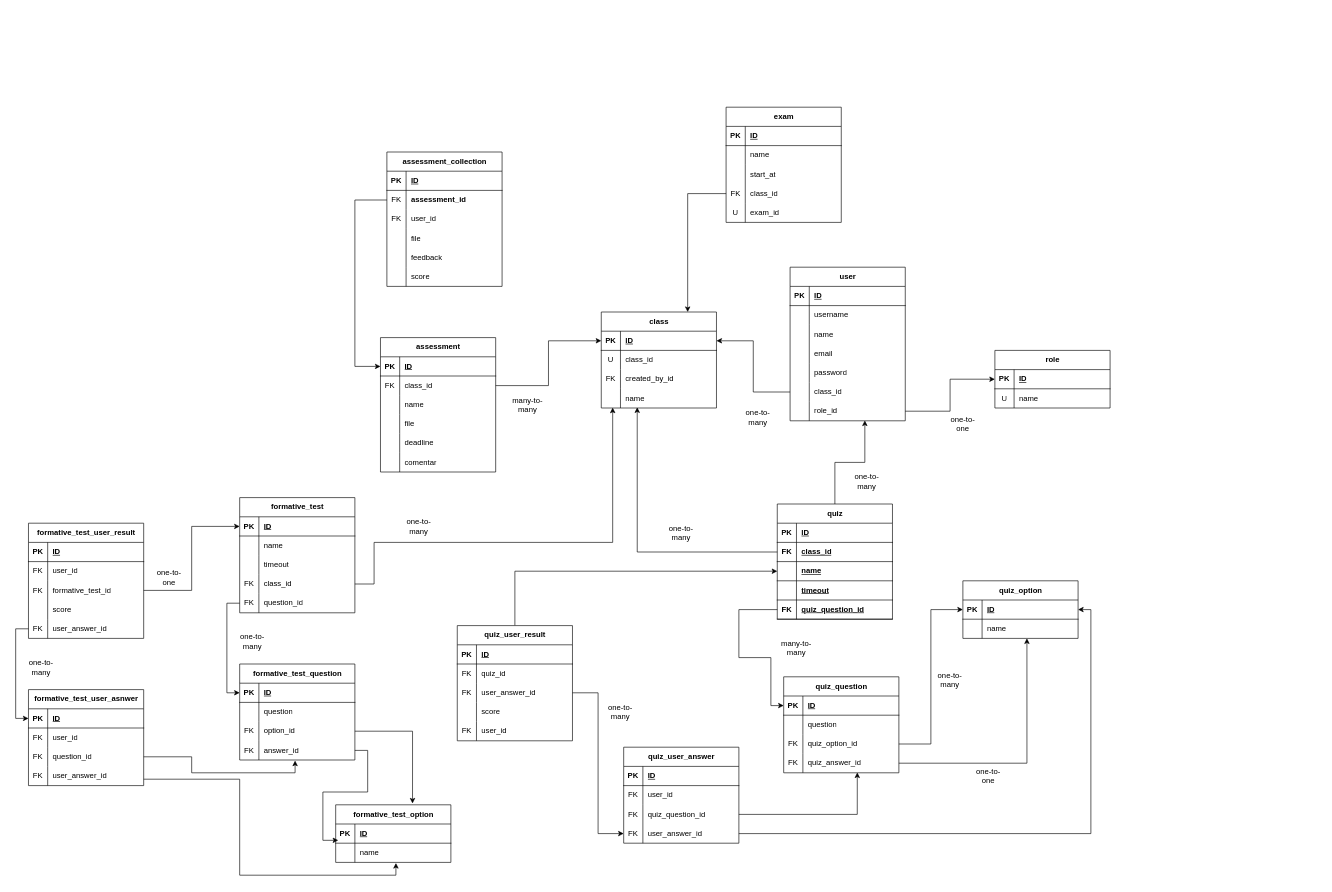
Earlier version of the draw.io diagram docs/relationship.drawio (alf4ridzi/edukarsa). Source tidied: cells renumbered, new cells numbered last; positions are measured from the earlier drawing's top-left corner, leaving out a move shared by most shapes. Both pictures are drawn from the tidied source at 64%, with x=0, y=0 at pixel (22, 107).
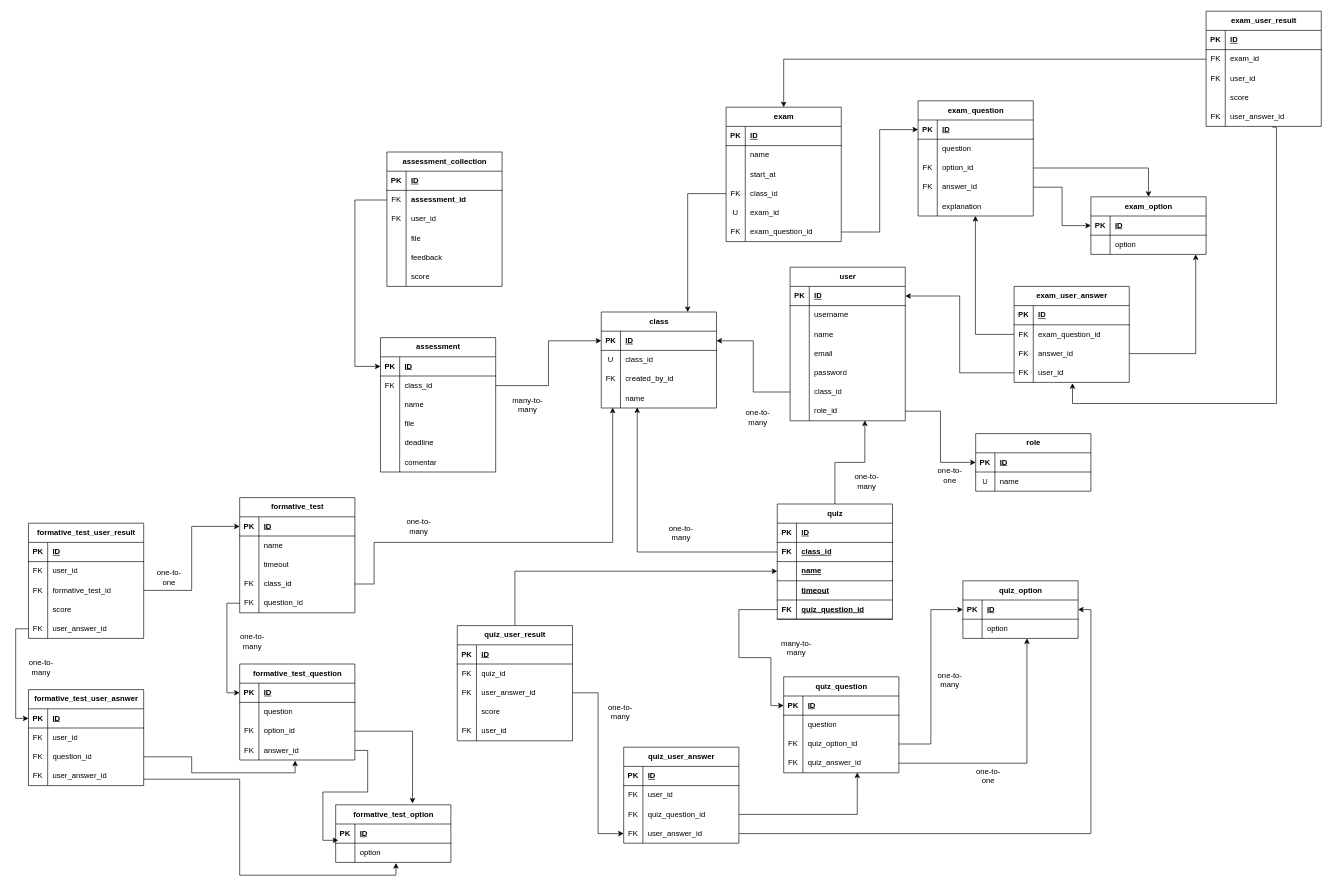
Above is the later version.

Commit message (it also covers changes not shown here):
exam relationship

The change refers to these unchanged cells:
```xml
<mxCell id="3" style="shape=tableRow;horizontal=0;startSize=0;swimlaneHead=0;swimlaneBody=0;fillColor=none;points=[[0,0.5],[1,0.5]];portConstraint=eastwest;top=0;left=0;right=0;bottom=1;" parent="2" vertex="1">
  <mxGeometry y="30" width="180" height="30" as="geometry" />
</mxCell>
<mxCell id="90" style="shape=tableRow;horizontal=0;startSize=0;swimlaneHead=0;swimlaneBody=0;fillColor=none;points=[[0,0.5],[1,0.5]];portConstraint=eastwest;top=0;left=0;right=0;bottom=0;" parent="86" vertex="1">
  <mxGeometry y="60" width="180" height="30" as="geometry" />
</mxCell>
<mxCell id="210" style="shape=tableRow;horizontal=0;startSize=0;swimlaneHead=0;swimlaneBody=0;fillColor=none;points=[[0,0.5],[1,0.5]];portConstraint=eastwest;top=0;left=0;right=0;bottom=0;" parent="206" vertex="1">
  <mxGeometry y="60" width="180" height="30" as="geometry" />
</mxCell>
```

Diff of the diagram source:
```diff
@@
     <mxCell id="24" value="role" style="shape=table;startSize=30;childLayout=tableLayout;rowLines=0;fontStyle=1;align=center;html=1;" parent="1" vertex="1">
-      <mxGeometry x="1520" y="380" width="180" height="90" as="geometry" />
+      <mxGeometry x="1490" y="510" width="180" height="90" as="geometry" />
     </mxCell>
@@
     <mxCell id="46" value="one-to-one" style="text;html=1;whiteSpace=wrap;strokeColor=none;fillColor=none;align=center;verticalAlign=middle;rounded=0;" parent="1" vertex="1">
-      <mxGeometry x="1440" y="480" width="60" height="30" as="geometry" />
+      <mxGeometry x="1420" y="560" width="60" height="30" as="geometry" />
     </mxCell>
@@
-    <mxCell id="92" value="name" style="shape=partialRectangle;fillColor=none;top=0;left=0;bottom=0;right=0;align=left;spacingLeft=6;overflow=hidden;whiteSpace=wrap;html=1;" parent="90" vertex="1">
+    <mxCell id="92" value="option" style="shape=partialRectangle;fillColor=none;top=0;left=0;bottom=0;right=0;align=left;spacingLeft=6;overflow=hidden;whiteSpace=wrap;html=1;" parent="90" vertex="1">
       <mxGeometry x="30" width="150" height="30" as="geometry" />
     </mxCell>
@@
-    <mxCell id="212" value="name" style="shape=partialRectangle;fillColor=none;top=0;left=0;bottom=0;right=0;align=left;spacingLeft=6;overflow=hidden;whiteSpace=wrap;html=1;" parent="210" vertex="1">
+    <mxCell id="212" value="option" style="shape=partialRectangle;fillColor=none;top=0;left=0;bottom=0;right=0;align=left;spacingLeft=6;overflow=hidden;whiteSpace=wrap;html=1;" parent="210" vertex="1">
       <mxGeometry x="30" width="150" height="30" as="geometry" />
     </mxCell>
@@
     <mxCell id="250" value="exam" style="shape=table;startSize=30;childLayout=tableLayout;rowLines=0;fontStyle=1;align=center;html=1;" parent="1" vertex="1">
-      <mxGeometry x="1100" width="180" height="180" as="geometry" />
+      <mxGeometry x="1100" width="180" height="210" as="geometry" />
     </mxCell>
@@
+    <mxCell id="267" style="shape=tableRow;horizontal=0;startSize=0;swimlaneHead=0;swimlaneBody=0;fillColor=none;points=[[0,0.5],[1,0.5]];portConstraint=eastwest;top=0;left=0;right=0;bottom=0;" parent="250" vertex="1">
+      <mxGeometry y="180" width="180" height="30" as="geometry" />
+    </mxCell>
+    <mxCell id="268" value="FK" style="shape=partialRectangle;fillColor=none;top=0;left=0;bottom=0;right=0;overflow=hidden;whiteSpace=wrap;html=1;" parent="267" vertex="1">
+      <mxGeometry width="30" height="30" as="geometry" />
+    </mxCell>
+    <mxCell id="269" value="exam_question_id" style="shape=partialRectangle;fillColor=none;top=0;left=0;bottom=0;right=0;align=left;spacingLeft=6;overflow=hidden;whiteSpace=wrap;html=1;" parent="267" vertex="1">
+      <mxGeometry x="30" width="150" height="30" as="geometry" />
+    </mxCell>
@@
+    <mxCell id="270" value="exam_question" style="shape=table;startSize=30;childLayout=tableLayout;rowLines=0;fontStyle=1;align=center;html=1;" parent="1" vertex="1">
+      <mxGeometry x="1400" y="-10" width="180" height="180" as="geometry" />
+    </mxCell>
+    <mxCell id="271" style="shape=tableRow;horizontal=0;startSize=0;swimlaneHead=0;swimlaneBody=0;fillColor=none;points=[[0,0.5],[1,0.5]];portConstraint=eastwest;top=0;left=0;right=0;bottom=1;" parent="270" vertex="1">
+      <mxGeometry y="30" width="180" height="30" as="geometry" />
+    </mxCell>
+    <mxCell id="272" value="PK" style="shape=partialRectangle;fillColor=none;top=0;left=0;bottom=0;right=0;fontStyle=1;overflow=hidden;whiteSpace=wrap;html=1;" parent="271" vertex="1">
+      <mxGeometry width="30" height="30" as="geometry" />
+    </mxCell>
+    <mxCell id="273" value="ID" style="shape=partialRectangle;fillColor=none;top=0;left=0;bottom=0;right=0;align=left;spacingLeft=6;fontStyle=5;overflow=hidden;whiteSpace=wrap;html=1;" parent="271" vertex="1">
+      <mxGeometry x="30" width="150" height="30" as="geometry" />
+    </mxCell>
+    <mxCell id="274" style="shape=tableRow;horizontal=0;startSize=0;swimlaneHead=0;swimlaneBody=0;fillColor=none;top=0;left=0;right=0;bottom=0;" parent="270" vertex="1">
+      <mxGeometry y="60" width="180" height="30" as="geometry" />
+    </mxCell>
+    <mxCell id="275" style="shape=partialRectangle;fillColor=none;top=0;left=0;bottom=0;right=0;overflow=hidden;whiteSpace=wrap;html=1;" parent="274" vertex="1">
+      <mxGeometry width="30" height="30" as="geometry" />
+    </mxCell>
+    <mxCell id="276" value="question" style="shape=partialRectangle;fillColor=none;top=0;left=0;bottom=0;right=0;align=left;spacingLeft=6;overflow=hidden;whiteSpace=wrap;html=1;" parent="274" vertex="1">
+      <mxGeometry x="30" width="150" height="30" as="geometry" />
+    </mxCell>
+    <mxCell id="277" style="shape=tableRow;horizontal=0;startSize=0;swimlaneHead=0;swimlaneBody=0;fillColor=none;points=[[0,0.5],[1,0.5]];portConstraint=eastwest;top=0;left=0;right=0;bottom=0;" parent="270" vertex="1">
+      <mxGeometry y="90" width="180" height="30" as="geometry" />
+    </mxCell>
+    <mxCell id="278" value="FK" style="shape=partialRectangle;fillColor=none;top=0;left=0;bottom=0;right=0;overflow=hidden;whiteSpace=wrap;html=1;" parent="277" vertex="1">
+      <mxGeometry width="30" height="30" as="geometry" />
+    </mxCell>
+    <mxCell id="279" value="option_id" style="shape=partialRectangle;fillColor=none;top=0;left=0;bottom=0;right=0;align=left;spacingLeft=6;overflow=hidden;whiteSpace=wrap;html=1;" parent="277" vertex="1">
+      <mxGeometry x="30" width="150" height="30" as="geometry" />
+    </mxCell>
+    <mxCell id="280" style="shape=tableRow;horizontal=0;startSize=0;swimlaneHead=0;swimlaneBody=0;fillColor=none;points=[[0,0.5],[1,0.5]];portConstraint=eastwest;top=0;left=0;right=0;bottom=0;" parent="270" vertex="1">
+      <mxGeometry y="120" width="180" height="30" as="geometry" />
+    </mxCell>
+    <mxCell id="281" value="FK" style="shape=partialRectangle;fillColor=none;top=0;left=0;bottom=0;right=0;overflow=hidden;whiteSpace=wrap;html=1;" parent="280" vertex="1">
+      <mxGeometry width="30" height="30" as="geometry" />
+    </mxCell>
+    <mxCell id="282" value="answer_id" style="shape=partialRectangle;fillColor=none;top=0;left=0;bottom=0;right=0;align=left;spacingLeft=6;overflow=hidden;whiteSpace=wrap;html=1;" parent="280" vertex="1">
+      <mxGeometry x="30" width="150" height="30" as="geometry" />
+    </mxCell>
+    <mxCell id="283" style="shape=tableRow;horizontal=0;startSize=0;swimlaneHead=0;swimlaneBody=0;fillColor=none;points=[[0,0.5],[1,0.5]];portConstraint=eastwest;top=0;left=0;right=0;bottom=0;" parent="270" vertex="1">
+      <mxGeometry y="150" width="180" height="30" as="geometry" />
+    </mxCell>
+    <mxCell id="284" style="shape=partialRectangle;fillColor=none;top=0;left=0;bottom=0;right=0;overflow=hidden;whiteSpace=wrap;html=1;" parent="283" vertex="1">
+      <mxGeometry width="30" height="30" as="geometry" />
+    </mxCell>
+    <mxCell id="285" value="explanation" style="shape=partialRectangle;fillColor=none;top=0;left=0;bottom=0;right=0;align=left;spacingLeft=6;overflow=hidden;whiteSpace=wrap;html=1;" parent="283" vertex="1">
+      <mxGeometry x="30" width="150" height="30" as="geometry" />
+    </mxCell>
+    <mxCell id="286" style="edgeStyle=orthogonalEdgeStyle;rounded=0;jettySize=auto;html=1;entryX=0;entryY=0.5;entryDx=0;entryDy=0;" parent="1" edge="1" source="267" target="271">
+      <mxGeometry relative="1" as="geometry" />
+    </mxCell>
+    <mxCell id="287" value="exam_option" style="shape=table;startSize=30;childLayout=tableLayout;rowLines=0;fontStyle=1;align=center;html=1;" parent="1" vertex="1">
+      <mxGeometry x="1670" y="140" width="180" height="90" as="geometry" />
+    </mxCell>
+    <mxCell id="288" style="shape=tableRow;horizontal=0;startSize=0;swimlaneHead=0;swimlaneBody=0;fillColor=none;points=[[0,0.5],[1,0.5]];portConstraint=eastwest;top=0;left=0;right=0;bottom=1;" parent="287" vertex="1">
+      <mxGeometry y="30" width="180" height="30" as="geometry" />
+    </mxCell>
+    <mxCell id="289" value="PK" style="shape=partialRectangle;fillColor=none;top=0;left=0;bottom=0;right=0;fontStyle=1;overflow=hidden;whiteSpace=wrap;html=1;" parent="288" vertex="1">
+      <mxGeometry width="30" height="30" as="geometry" />
+    </mxCell>
+    <mxCell id="290" value="ID" style="shape=partialRectangle;fillColor=none;top=0;left=0;bottom=0;right=0;align=left;spacingLeft=6;fontStyle=5;overflow=hidden;whiteSpace=wrap;html=1;" parent="288" vertex="1">
+      <mxGeometry x="30" width="150" height="30" as="geometry" />
+    </mxCell>
+    <mxCell id="291" style="shape=tableRow;horizontal=0;startSize=0;swimlaneHead=0;swimlaneBody=0;fillColor=none;points=[[0,0.5],[1,0.5]];portConstraint=eastwest;top=0;left=0;right=0;bottom=0;" parent="287" vertex="1">
+      <mxGeometry y="60" width="180" height="30" as="geometry" />
+    </mxCell>
+    <mxCell id="292" style="shape=partialRectangle;fillColor=none;top=0;left=0;bottom=0;right=0;overflow=hidden;whiteSpace=wrap;html=1;" parent="291" vertex="1">
+      <mxGeometry width="30" height="30" as="geometry" />
+    </mxCell>
+    <mxCell id="293" value="option" style="shape=partialRectangle;fillColor=none;top=0;left=0;bottom=0;right=0;align=left;spacingLeft=6;overflow=hidden;whiteSpace=wrap;html=1;" parent="291" vertex="1">
+      <mxGeometry x="30" width="150" height="30" as="geometry" />
+    </mxCell>
+    <mxCell id="294" style="edgeStyle=orthogonalEdgeStyle;rounded=0;jettySize=auto;html=1;entryX=0.5;entryY=0;entryDx=0;entryDy=0;" parent="1" edge="1" source="277" target="287">
+      <mxGeometry relative="1" as="geometry" />
+    </mxCell>
+    <mxCell id="295" style="edgeStyle=orthogonalEdgeStyle;rounded=0;jettySize=auto;html=1;entryX=0;entryY=0.5;entryDx=0;entryDy=0;" parent="1" edge="1" source="280" target="288">
+      <mxGeometry relative="1" as="geometry" />
+    </mxCell>
+    <mxCell id="296" value="exam_user_answer" style="shape=table;startSize=30;childLayout=tableLayout;rowLines=0;fontStyle=1;align=center;html=1;" parent="1" vertex="1">
+      <mxGeometry x="1550" y="280" width="180" height="150" as="geometry" />
+    </mxCell>
+    <mxCell id="297" style="shape=tableRow;horizontal=0;startSize=0;swimlaneHead=0;swimlaneBody=0;fillColor=none;top=0;left=0;right=0;bottom=1;" parent="296" vertex="1">
+      <mxGeometry y="30" width="180" height="30" as="geometry" />
+    </mxCell>
+    <mxCell id="298" value="PK" style="shape=partialRectangle;fillColor=none;top=0;left=0;bottom=0;right=0;fontStyle=1;overflow=hidden;whiteSpace=wrap;html=1;" parent="297" vertex="1">
+      <mxGeometry width="30" height="30" as="geometry" />
+    </mxCell>
+    <mxCell id="299" value="ID" style="shape=partialRectangle;fillColor=none;top=0;left=0;bottom=0;right=0;align=left;spacingLeft=6;fontStyle=5;overflow=hidden;whiteSpace=wrap;html=1;" parent="297" vertex="1">
+      <mxGeometry x="30" width="150" height="30" as="geometry" />
+    </mxCell>
+    <mxCell id="300" style="shape=tableRow;horizontal=0;startSize=0;swimlaneHead=0;swimlaneBody=0;fillColor=none;points=[[0,0.5],[1,0.5]];portConstraint=eastwest;top=0;left=0;right=0;bottom=0;" parent="296" vertex="1">
+      <mxGeometry y="60" width="180" height="30" as="geometry" />
+    </mxCell>
+    <mxCell id="301" value="FK" style="shape=partialRectangle;fillColor=none;top=0;left=0;bottom=0;right=0;overflow=hidden;whiteSpace=wrap;html=1;" parent="300" vertex="1">
+      <mxGeometry width="30" height="30" as="geometry" />
+    </mxCell>
+    <mxCell id="302" value="exam_question_id" style="shape=partialRectangle;fillColor=none;top=0;left=0;bottom=0;right=0;align=left;spacingLeft=6;overflow=hidden;whiteSpace=wrap;html=1;" parent="300" vertex="1">
+      <mxGeometry x="30" width="150" height="30" as="geometry" />
+    </mxCell>
+    <mxCell id="303" style="shape=tableRow;horizontal=0;startSize=0;swimlaneHead=0;swimlaneBody=0;fillColor=none;points=[[0,0.5],[1,0.5]];portConstraint=eastwest;top=0;left=0;right=0;bottom=0;" parent="296" vertex="1">
+      <mxGeometry y="90" width="180" height="30" as="geometry" />
+    </mxCell>
+    <mxCell id="304" value="FK" style="shape=partialRectangle;fillColor=none;top=0;left=0;bottom=0;right=0;overflow=hidden;whiteSpace=wrap;html=1;" parent="303" vertex="1">
+      <mxGeometry width="30" height="30" as="geometry" />
+    </mxCell>
+    <mxCell id="305" value="answer_id" style="shape=partialRectangle;fillColor=none;top=0;left=0;bottom=0;right=0;align=left;spacingLeft=6;overflow=hidden;whiteSpace=wrap;html=1;" parent="303" vertex="1">
+      <mxGeometry x="30" width="150" height="30" as="geometry" />
+    </mxCell>
+    <mxCell id="306" style="shape=tableRow;horizontal=0;startSize=0;swimlaneHead=0;swimlaneBody=0;fillColor=none;points=[[0,0.5],[1,0.5]];portConstraint=eastwest;top=0;left=0;right=0;bottom=0;" parent="296" vertex="1">
+      <mxGeometry y="120" width="180" height="30" as="geometry" />
+    </mxCell>
+    <mxCell id="307" value="FK" style="shape=partialRectangle;fillColor=none;top=0;left=0;bottom=0;right=0;overflow=hidden;whiteSpace=wrap;html=1;" parent="306" vertex="1">
+      <mxGeometry width="30" height="30" as="geometry" />
+    </mxCell>
+    <mxCell id="308" value="user_id" style="shape=partialRectangle;fillColor=none;top=0;left=0;bottom=0;right=0;align=left;spacingLeft=6;overflow=hidden;whiteSpace=wrap;html=1;" parent="306" vertex="1">
+      <mxGeometry x="30" width="150" height="30" as="geometry" />
+    </mxCell>
+    <mxCell id="309" style="edgeStyle=orthogonalEdgeStyle;rounded=0;jettySize=auto;html=1;entryX=0.91;entryY=1;entryDx=0;entryDy=0;entryPerimeter=0;" parent="1" edge="1" source="303" target="291">
+      <mxGeometry relative="1" as="geometry" />
+    </mxCell>
+    <mxCell id="310" style="edgeStyle=orthogonalEdgeStyle;rounded=0;jettySize=auto;html=1;" parent="1" edge="1" source="306" target="3">
+      <mxGeometry relative="1" as="geometry" />
+    </mxCell>
+    <mxCell id="311" value="exam_user_result" style="shape=table;startSize=30;childLayout=tableLayout;rowLines=0;fontStyle=1;align=center;html=1;" parent="1" vertex="1">
+      <mxGeometry x="1850" y="-150" width="180" height="180" as="geometry" />
+    </mxCell>
+    <mxCell id="312" style="shape=tableRow;horizontal=0;startSize=0;swimlaneHead=0;swimlaneBody=0;fillColor=none;top=0;left=0;right=0;bottom=1;" parent="311" vertex="1">
+      <mxGeometry y="30" width="180" height="30" as="geometry" />
+    </mxCell>
+    <mxCell id="313" value="PK" style="shape=partialRectangle;fillColor=none;top=0;left=0;bottom=0;right=0;fontStyle=1;overflow=hidden;whiteSpace=wrap;html=1;" parent="312" vertex="1">
+      <mxGeometry width="30" height="30" as="geometry" />
+    </mxCell>
+    <mxCell id="314" value="ID" style="shape=partialRectangle;fillColor=none;top=0;left=0;bottom=0;right=0;align=left;spacingLeft=6;fontStyle=5;overflow=hidden;whiteSpace=wrap;html=1;" parent="312" vertex="1">
+      <mxGeometry x="30" width="150" height="30" as="geometry" />
+    </mxCell>
+    <mxCell id="315" style="shape=tableRow;horizontal=0;startSize=0;swimlaneHead=0;swimlaneBody=0;fillColor=none;points=[[0,0.5],[1,0.5]];portConstraint=eastwest;top=0;left=0;right=0;bottom=0;" parent="311" vertex="1">
+      <mxGeometry y="60" width="180" height="30" as="geometry" />
+    </mxCell>
+    <mxCell id="316" value="FK" style="shape=partialRectangle;fillColor=none;top=0;left=0;bottom=0;right=0;overflow=hidden;whiteSpace=wrap;html=1;" parent="315" vertex="1">
+      <mxGeometry width="30" height="30" as="geometry" />
+    </mxCell>
+    <mxCell id="317" value="exam_id" style="shape=partialRectangle;fillColor=none;top=0;left=0;bottom=0;right=0;align=left;spacingLeft=6;overflow=hidden;whiteSpace=wrap;html=1;" parent="315" vertex="1">
+      <mxGeometry x="30" width="150" height="30" as="geometry" />
+    </mxCell>
+    <mxCell id="318" style="shape=tableRow;horizontal=0;startSize=0;swimlaneHead=0;swimlaneBody=0;fillColor=none;top=0;left=0;right=0;bottom=0;" parent="311" vertex="1">
+      <mxGeometry y="90" width="180" height="30" as="geometry" />
+    </mxCell>
+    <mxCell id="319" value="FK" style="shape=partialRectangle;fillColor=none;top=0;left=0;bottom=0;right=0;overflow=hidden;whiteSpace=wrap;html=1;" parent="318" vertex="1">
+      <mxGeometry width="30" height="30" as="geometry" />
+    </mxCell>
+    <mxCell id="320" value="user_id" style="shape=partialRectangle;fillColor=none;top=0;left=0;bottom=0;right=0;align=left;spacingLeft=6;overflow=hidden;whiteSpace=wrap;html=1;" parent="318" vertex="1">
+      <mxGeometry x="30" width="150" height="30" as="geometry" />
+    </mxCell>
+    <mxCell id="321" style="shape=tableRow;horizontal=0;startSize=0;swimlaneHead=0;swimlaneBody=0;fillColor=none;top=0;left=0;right=0;bottom=0;" parent="311" vertex="1">
+      <mxGeometry y="120" width="180" height="30" as="geometry" />
+    </mxCell>
+    <mxCell id="322" style="shape=partialRectangle;fillColor=none;top=0;left=0;bottom=0;right=0;overflow=hidden;whiteSpace=wrap;html=1;" parent="321" vertex="1">
+      <mxGeometry width="30" height="30" as="geometry" />
+    </mxCell>
+    <mxCell id="323" value="score" style="shape=partialRectangle;fillColor=none;top=0;left=0;bottom=0;right=0;align=left;spacingLeft=6;overflow=hidden;whiteSpace=wrap;html=1;" parent="321" vertex="1">
+      <mxGeometry x="30" width="150" height="30" as="geometry" />
+    </mxCell>
+    <mxCell id="324" style="shape=tableRow;horizontal=0;startSize=0;swimlaneHead=0;swimlaneBody=0;fillColor=none;points=[[0,0.5],[1,0.5]];portConstraint=eastwest;top=0;left=0;right=0;bottom=0;" parent="311" vertex="1">
+      <mxGeometry y="150" width="180" height="30" as="geometry" />
+    </mxCell>
+    <mxCell id="325" value="FK" style="shape=partialRectangle;fillColor=none;top=0;left=0;bottom=0;right=0;overflow=hidden;whiteSpace=wrap;html=1;" parent="324" vertex="1">
+      <mxGeometry width="30" height="30" as="geometry" />
+    </mxCell>
+    <mxCell id="326" value="user_answer_id" style="shape=partialRectangle;fillColor=none;top=0;left=0;bottom=0;right=0;align=left;spacingLeft=6;overflow=hidden;whiteSpace=wrap;html=1;" parent="324" vertex="1">
+      <mxGeometry x="30" width="150" height="30" as="geometry" />
+    </mxCell>
+    <mxCell id="327" style="edgeStyle=orthogonalEdgeStyle;rounded=0;jettySize=auto;html=1;" parent="1" edge="1" source="315" target="250">
+      <mxGeometry relative="1" as="geometry" />
+    </mxCell>
+    <mxCell id="328" style="edgeStyle=orthogonalEdgeStyle;rounded=0;jettySize=auto;html=1;entryX=0.507;entryY=1.044;entryDx=0;entryDy=0;entryPerimeter=0;exitX=0.575;exitY=1.039;exitDx=0;exitDy=0;exitPerimeter=0;" parent="1" edge="1" source="324" target="306">
+      <mxGeometry relative="1" as="geometry">
+        <Array as="points">
+          <mxPoint x="1960" y="31" />
+          <mxPoint x="1960" y="463" />
+          <mxPoint x="1641" y="463" />
+        </Array>
+      </mxGeometry>
+    </mxCell>
+    <mxCell id="329" style="edgeStyle=orthogonalEdgeStyle;rounded=0;jettySize=auto;html=1;entryX=0.498;entryY=0.996;entryDx=0;entryDy=0;entryPerimeter=0;" parent="1" edge="1" source="300" target="283">
+      <mxGeometry relative="1" as="geometry" />
+    </mxCell>
```
